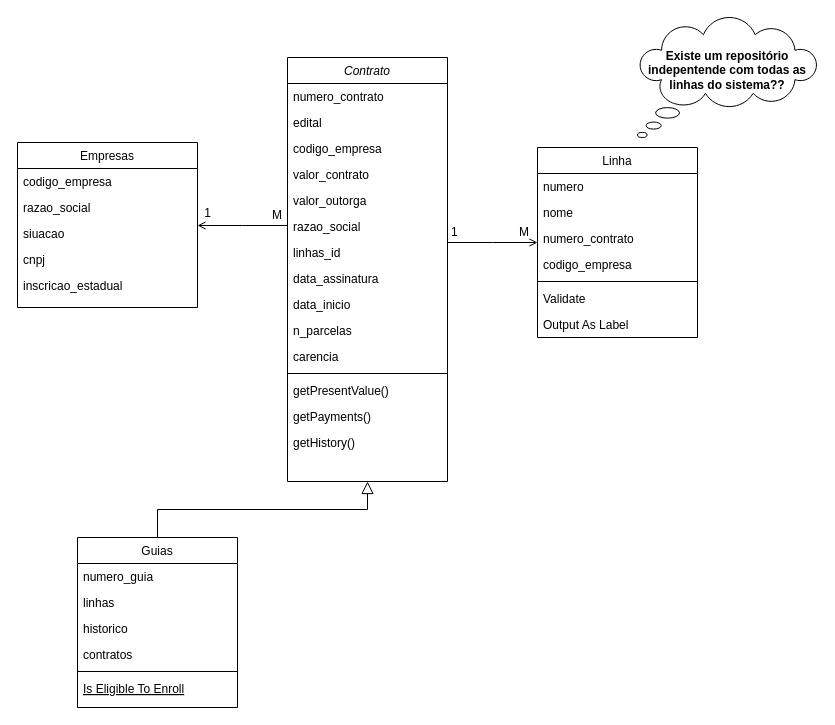
This is diagrama_de_classe_outorga.drawio from sverissimo/outorgas_stim, a draw.io file, before an edit. Source tidied: cells renumbered, new cells numbered last; positions are measured from the earlier drawing's top-left corner, leaving out a move shared by most shapes. Both pictures are drawn from the tidied source at 100%, with x=0, y=0 at pixel (17, 17).
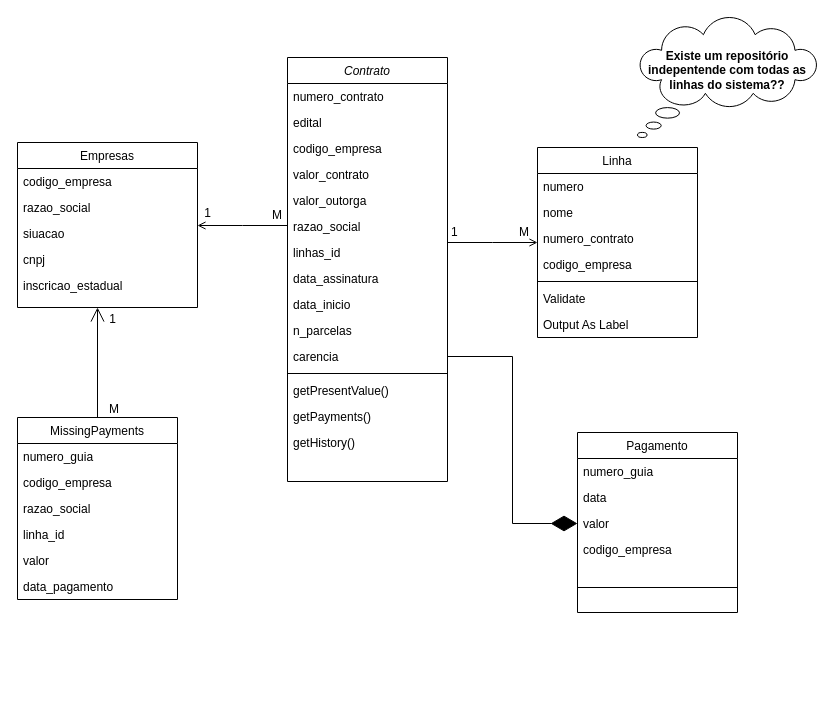
The same page after the edit.

Commit message (it also covers changes not shown here):
Adicionada migration e domain class para missing_payments, criados testes. Atualização do diagrama de classes.

The change refers to these unchanged cells:
```xml
<mxCell id="2" value="Contrato" style="swimlane;fontStyle=2;align=center;verticalAlign=top;horizontal=1;startSize=26;rounded=0;shadow=0;strokeWidth=1;" parent="1" vertex="1">
  <mxGeometry x="270" y="40" width="160" height="424" as="geometry" />
</mxCell>
<mxCell id="13" value="carencia" style="text;align=left;verticalAlign=top;spacingLeft=4;spacingRight=4;overflow=hidden;points=[[0,0.5],[1,0.5]];portConstraint=eastwest;" parent="2" vertex="1">
  <mxGeometry y="286" width="160" height="26" as="geometry" />
</mxCell>
```

What changed in the source:
```diff
@@
-    <mxCell id="18" value="Guias" style="swimlane;fontStyle=0;align=center;verticalAlign=top;horizontal=1;startSize=26;rounded=0;shadow=0;strokeWidth=1;" parent="1" vertex="1">
-      <mxGeometry x="60" y="520" width="160" height="170" as="geometry" />
+    <mxCell id="18" value="MissingPayments" style="swimlane;fontStyle=0;align=center;verticalAlign=top;horizontal=1;startSize=26;rounded=0;shadow=0;strokeWidth=1;" parent="1" vertex="1">
+      <mxGeometry y="400" width="160" height="182" as="geometry" />
     </mxCell>
@@
+    <mxCell id="22" value="codigo_empresa" style="text;align=left;verticalAlign=top;spacingLeft=4;spacingRight=4;overflow=hidden;rounded=0;shadow=0;html=0;" parent="18" vertex="1">
+      <mxGeometry y="52" width="160" height="26" as="geometry" />
+    </mxCell>
+    <mxCell id="47" value="razao_social" style="text;align=left;verticalAlign=top;spacingLeft=4;spacingRight=4;overflow=hidden;rounded=0;shadow=0;html=0;" parent="18" vertex="1">
+      <mxGeometry y="78" width="160" height="26" as="geometry" />
+    </mxCell>
-    <mxCell id="20" value="linhas" style="text;align=left;verticalAlign=top;spacingLeft=4;spacingRight=4;overflow=hidden;rounded=0;shadow=0;html=0;" parent="18" vertex="1">
-      <mxGeometry y="52" width="160" height="26" as="geometry" />
+    <mxCell id="20" value="linha_id" style="text;align=left;verticalAlign=top;spacingLeft=4;spacingRight=4;overflow=hidden;rounded=0;shadow=0;html=0;" parent="18" vertex="1">
+      <mxGeometry y="104" width="160" height="26" as="geometry" />
     </mxCell>
+    <mxCell id="48" value="valor" style="text;align=left;verticalAlign=top;spacingLeft=4;spacingRight=4;overflow=hidden;rounded=0;shadow=0;html=0;" parent="18" vertex="1">
+      <mxGeometry y="130" width="160" height="26" as="geometry" />
+    </mxCell>
-    <mxCell id="21" value="historico" style="text;align=left;verticalAlign=top;spacingLeft=4;spacingRight=4;overflow=hidden;rounded=0;shadow=0;html=0;" parent="18" vertex="1">
-      <mxGeometry y="78" width="160" height="26" as="geometry" />
+    <mxCell id="21" value="data_pagamento" style="text;align=left;verticalAlign=top;spacingLeft=4;spacingRight=4;overflow=hidden;rounded=0;shadow=0;html=0;" parent="18" vertex="1">
+      <mxGeometry y="156" width="160" height="26" as="geometry" />
     </mxCell>
-    <mxCell id="22" value="contratos" style="text;align=left;verticalAlign=top;spacingLeft=4;spacingRight=4;overflow=hidden;rounded=0;shadow=0;html=0;" parent="18" vertex="1">
-      <mxGeometry y="104" width="160" height="26" as="geometry" />
-    </mxCell>
-    <mxCell id="23" style="line;html=1;strokeWidth=1;align=left;verticalAlign=middle;spacingTop=-1;spacingLeft=3;spacingRight=3;labelPosition=right;" parent="18" vertex="1">
-      <mxGeometry y="130" width="160" height="8" as="geometry" />
-    </mxCell>
-    <mxCell id="24" value="Is Eligible To Enroll" style="text;align=left;verticalAlign=top;spacingLeft=4;spacingRight=4;overflow=hidden;fontStyle=4;" parent="18" vertex="1">
-      <mxGeometry y="138" width="160" height="26" as="geometry" />
-    </mxCell>
-    <mxCell id="25" style="endArrow=block;endSize=10;endFill=0;shadow=0;strokeWidth=1;rounded=0;edgeStyle=elbowEdgeStyle;elbow=vertical;" parent="1" edge="1" source="18" target="2">
-      <mxGeometry relative="1" as="geometry" />
-    </mxCell>
@@
+    <mxCell id="49" value="Pagamento" style="swimlane;fontStyle=0;align=center;verticalAlign=top;horizontal=1;startSize=26;rounded=0;shadow=0;strokeWidth=1;" parent="1" vertex="1">
+      <mxGeometry x="560" y="415" width="160" height="180" as="geometry" />
+    </mxCell>
+    <mxCell id="50" value="numero_guia" style="text;align=left;verticalAlign=top;spacingLeft=4;spacingRight=4;overflow=hidden;" parent="49" vertex="1">
+      <mxGeometry y="26" width="160" height="26" as="geometry" />
+    </mxCell>
+    <mxCell id="51" value="data" style="text;align=left;verticalAlign=top;spacingLeft=4;spacingRight=4;overflow=hidden;rounded=0;shadow=0;html=0;" parent="49" vertex="1">
+      <mxGeometry y="52" width="160" height="26" as="geometry" />
+    </mxCell>
+    <mxCell id="52" value="valor" style="text;align=left;verticalAlign=top;spacingLeft=4;spacingRight=4;overflow=hidden;points=[[0,0.5],[1,0.5]];portConstraint=eastwest;rounded=0;shadow=0;html=0;" parent="49" vertex="1">
+      <mxGeometry y="78" width="160" height="26" as="geometry" />
+    </mxCell>
+    <mxCell id="53" value="codigo_empresa" style="text;align=left;verticalAlign=top;spacingLeft=4;spacingRight=4;overflow=hidden;rounded=0;shadow=0;html=0;" parent="49" vertex="1">
+      <mxGeometry y="104" width="160" height="26" as="geometry" />
+    </mxCell>
+    <mxCell id="54" style="line;html=1;strokeWidth=1;align=left;verticalAlign=middle;spacingTop=-1;spacingLeft=3;spacingRight=3;labelPosition=right;" parent="49" vertex="1">
+      <mxGeometry y="130" width="160" height="50" as="geometry" />
+    </mxCell>
+    <mxCell id="55" style="endArrow=diamondThin;endFill=1;endSize=24;html=1;rounded=0;entryX=0;entryY=0.5;entryDx=0;entryDy=0;edgeStyle=orthogonalEdgeStyle;exitX=1;exitY=0.5;exitDx=0;exitDy=0;" parent="1" edge="1" source="13" target="52">
+      <mxGeometry relative="1" as="geometry" />
+    </mxCell>
+    <mxCell id="56" style="endArrow=open;endFill=1;endSize=12;html=1;rounded=0;exitX=0.5;exitY=0;exitDx=0;exitDy=0;" parent="1" edge="1" source="18">
+      <mxGeometry relative="1" as="geometry">
+        <mxPoint x="80" y="290" as="targetPoint" />
+      </mxGeometry>
+    </mxCell>
+    <mxCell id="57" value="M" style="align=left;verticalAlign=bottom;labelBackgroundColor=none;fontSize=12;" parent="1" vertex="1">
+      <mxGeometry x="90" y="400" as="geometry" />
+    </mxCell>
+    <mxCell id="58" value="1" style="align=right;verticalAlign=bottom;labelBackgroundColor=none;fontSize=12;" parent="1" vertex="1">
+      <mxGeometry x="100" y="310" as="geometry" />
+    </mxCell>
```
